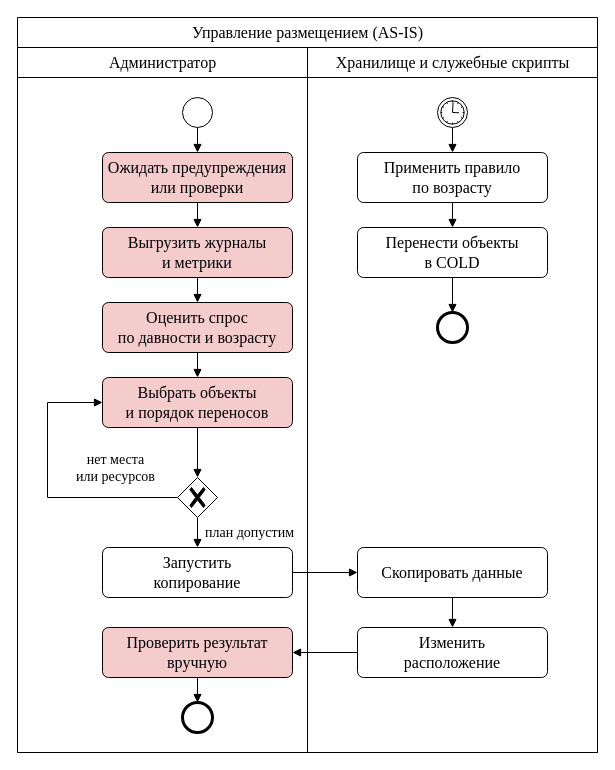
Above: 40 - Projects/Диплом/images/src/bpmn_asis.drawio in WithSoull/obsidian (draw.io), before the change. Source tidied: cells renumbered, new cells numbered last; positions are measured from the earlier drawing's top-left corner, leaving out a move shared by most shapes. Both pictures are drawn from the tidied source at 100%, with x=0, y=0 at pixel (17, 17).
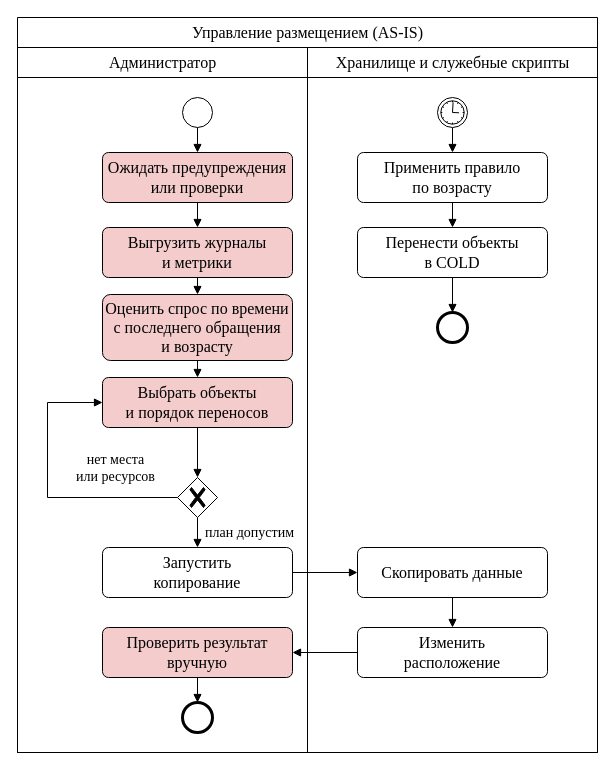
The same page after the edit.

The edit, as a diff of the source:
```diff
@@
-    <mxCell id="25" value="Оценить спрос&lt;br&gt;по давности и возрасту" style="rounded=1;arcSize=12;whiteSpace=wrap;html=1;fillColor=#F4CCCC;strokeColor=#000000;fontFamily=Times New Roman;fontSize=16;fontColor=#000000;" parent="1" vertex="1">
-      <mxGeometry x="85" y="285" width="190" height="50" as="geometry" />
+    <mxCell id="25" value="Оценить спрос по времени&lt;br&gt;с последнего обращения&lt;br&gt;и возрасту" style="rounded=1;arcSize=12;whiteSpace=wrap;html=1;fillColor=#F4CCCC;strokeColor=#000000;fontFamily=Times New Roman;fontSize=16;fontColor=#000000;" parent="1" vertex="1">
+      <mxGeometry x="85" y="277" width="190" height="66" as="geometry" />
     </mxCell>
```
